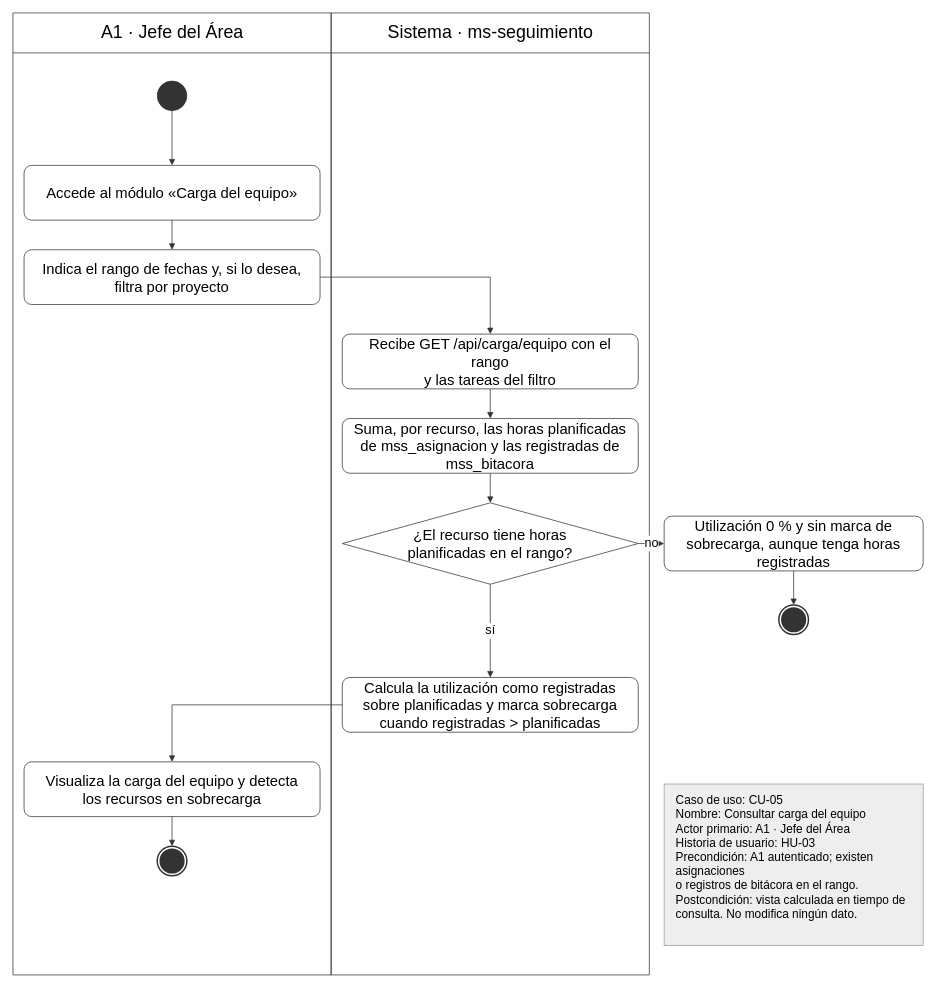
Earlier version of the draw.io diagram Docs/Diagramas/Actividad/CU-05_Consultar_Carga_Equipo.drawio (tfm-missi-2026/orquestacion). Source tidied: cells renumbered, new cells numbered last; positions are measured from the earlier drawing's top-left corner, leaving out a move shared by most shapes. Both pictures are drawn from the tidied source at 74%, with x=0, y=0 at pixel (13, 13).
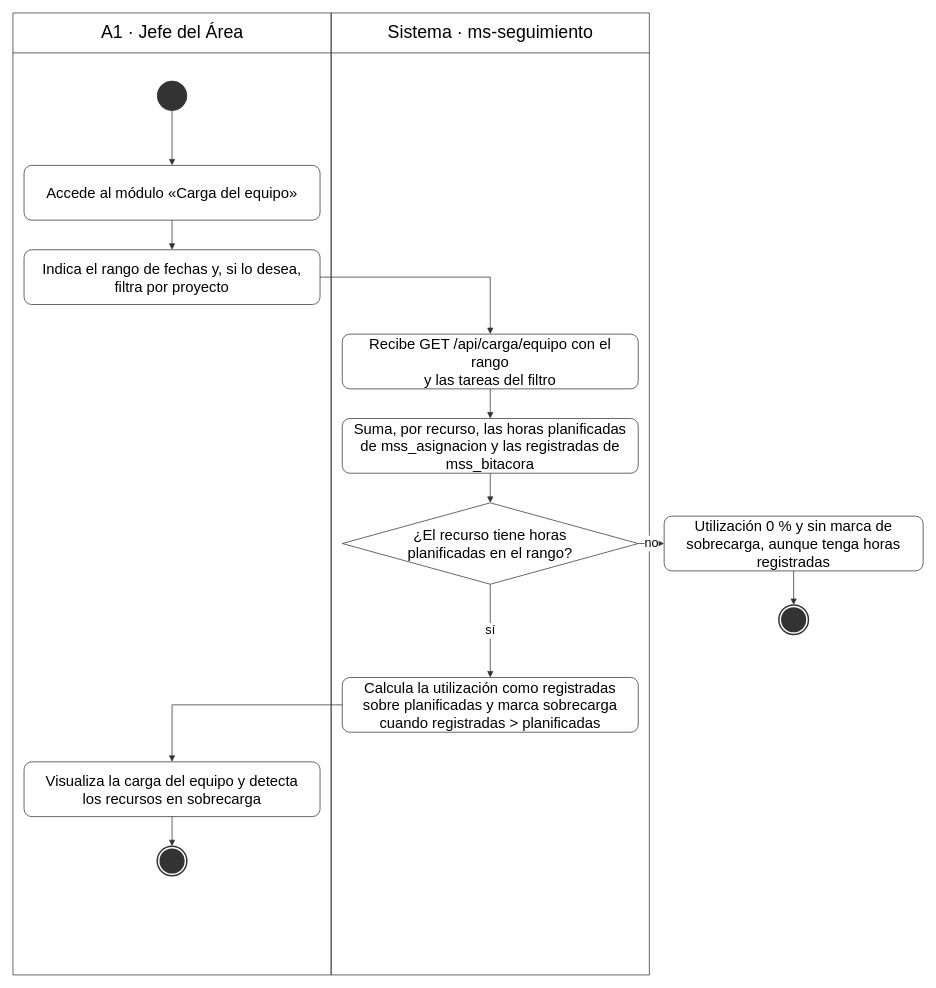
The same page after the edit.

What changed in the source:
```diff
@@
-    <mxCell id="25" value="Caso de uso: CU-05&lt;br&gt;Nombre: Consultar carga del equipo&lt;br&gt;Actor primario: A1 · Jefe del Área&lt;br&gt;Historia de usuario: HU-03&lt;br&gt;Precondición: A1 autenticado; existen asignaciones&lt;br&gt;o registros de bitácora en el rango.&lt;br&gt;Postcondición: vista calculada en tiempo de&lt;br&gt;consulta. No modifica ningún dato." style="rounded=0;whiteSpace=wrap;html=1;fillColor=#EEEEEE;strokeColor=#999999;strokeWidth=1;fontColor=#000000;fontSize=16;align=left;verticalAlign=top;spacingLeft=14;spacingTop=6;shadow=0;" parent="1" vertex="1">
-      <mxGeometry x="880" y="1042" width="350" height="218" as="geometry" />
-    </mxCell>
```
